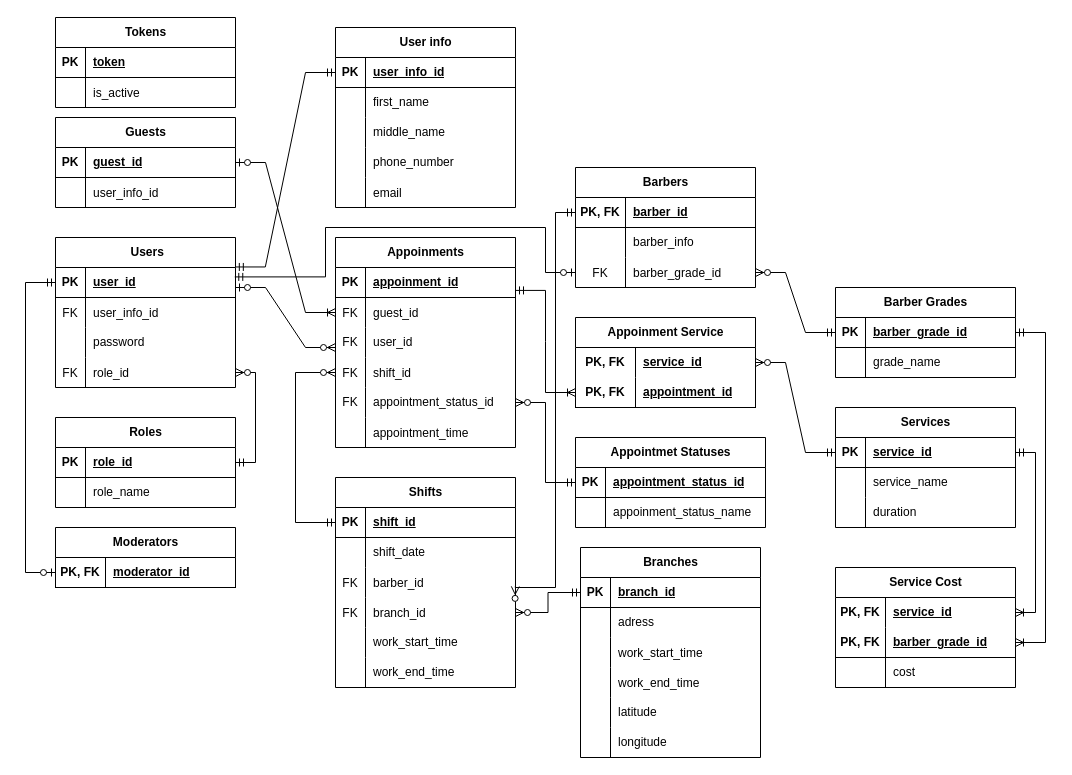
This is documentation/diagrams/erdb/er-diagram.drawio from tsvetkov-daniil/GroomBookerServerSide, a draw.io file, before an edit. Source tidied: cells renumbered, new cells numbered last; positions are measured from the earlier drawing's top-left corner, leaving out a move shared by most shapes. Both pictures are drawn from the tidied source at 100%, with x=0, y=0 at pixel (25, 17).
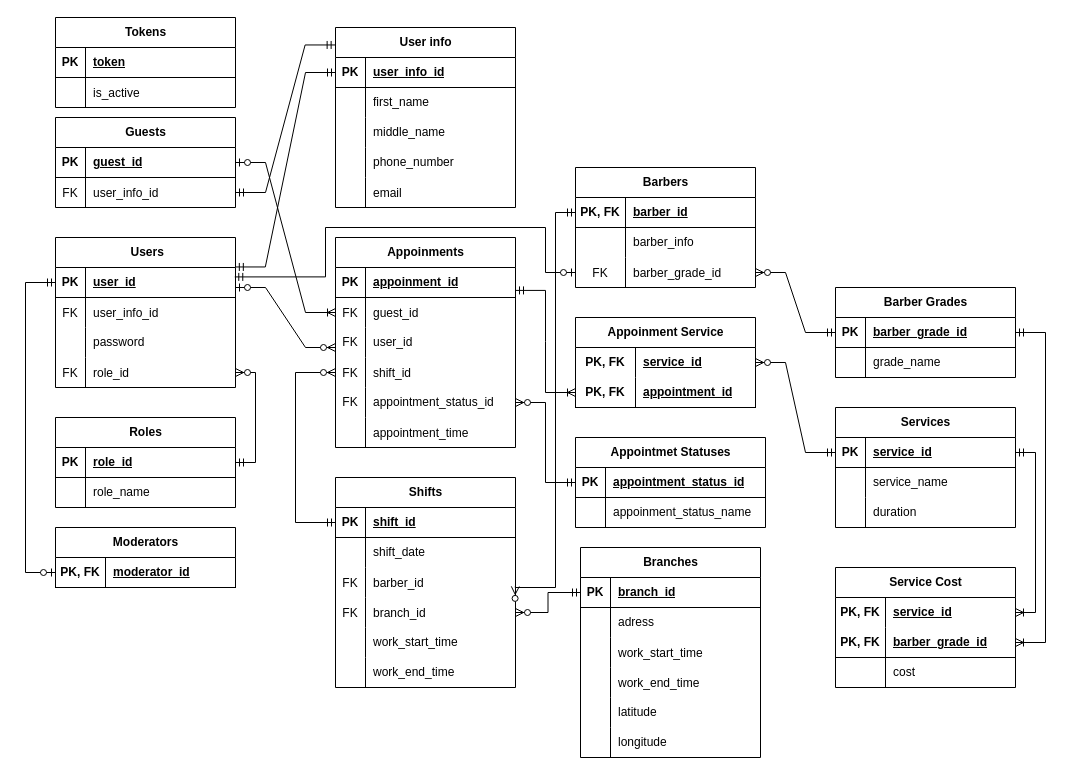
Above is the later version.

Commit message (it also covers changes not shown here):
Add initial tests for UserInfoService and update ER diagram

Unchanged cells that the change refers to:
```xml
<mxCell id="19" style="shape=tableRow;horizontal=0;startSize=0;swimlaneHead=0;swimlaneBody=0;fillColor=none;points=[[0,0.5],[1,0.5]];portConstraint=eastwest;top=0;left=0;right=0;bottom=0;" parent="15" vertex="1">
  <mxGeometry y="60" width="180" height="30" as="geometry" />
</mxCell>
<mxCell id="160" value="User info" style="shape=table;startSize=30;childLayout=tableLayout;rowLines=0;fontStyle=1;align=center;html=1;" parent="1" vertex="1">
  <mxGeometry x="310" y="10" width="180" height="180" as="geometry" />
</mxCell>
```

Diff of the diagram source:
```diff
@@
-    <mxCell id="20" style="shape=partialRectangle;fillColor=none;top=0;left=0;bottom=0;right=0;overflow=hidden;" parent="19" vertex="1">
+    <mxCell id="20" value="FK" style="shape=partialRectangle;fillColor=none;top=0;left=0;bottom=0;right=0;overflow=hidden;" parent="19" vertex="1">
       <mxGeometry width="30" height="30" as="geometry" />
     </mxCell>
@@
+    <mxCell id="179" style="edgeStyle=entityRelationEdgeStyle;fontSize=12;html=1;endArrow=ERmandOne;startArrow=ERmandOne;rounded=0;entryX=-0.002;entryY=0.097;entryDx=0;entryDy=0;entryPerimeter=0;exitX=1;exitY=0.5;exitDx=0;exitDy=0;" parent="1" edge="1" source="19" target="160">
+      <mxGeometry relative="1" as="geometry" />
+    </mxCell>
```
